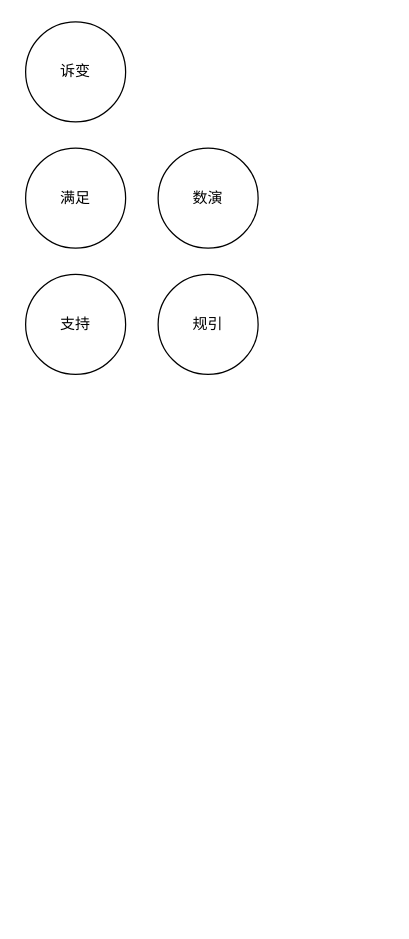
The draw.io diagram 1.drawio in ChrisChen999/diagrams, before the edit. Source tidied: cells renumbered, new cells numbered last; positions are measured from the earlier drawing's top-left corner, leaving out a move shared by most shapes. Both pictures are drawn from the tidied source at 125%, with x=0, y=0 at pixel (25, 21).
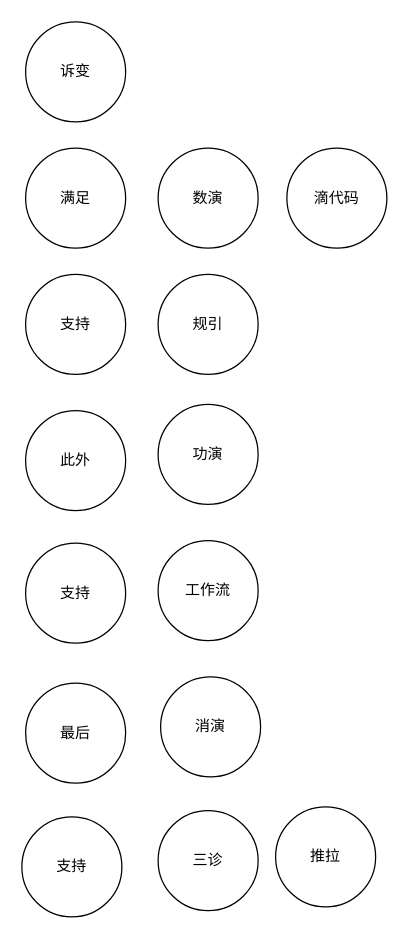
After the change.

Change to the diagram source:
```diff
@@
 <mxGraphModel>
   <root>
     <mxCell id="0" />
     <mxCell id="1" parent="0" />
     <mxCell id="2" value="诉变" style="ellipse;whiteSpace=wrap;html=1;" parent="1" vertex="1">
       <mxGeometry width="80" height="80" as="geometry" />
     </mxCell>
     <mxCell id="3" value="满足" style="ellipse;whiteSpace=wrap;html=1;" parent="1" vertex="1">
       <mxGeometry y="101" width="80" height="80" as="geometry" />
     </mxCell>
     <mxCell id="4" value="数演" style="ellipse;whiteSpace=wrap;html=1;" parent="1" vertex="1">
       <mxGeometry x="106" y="101" width="80" height="80" as="geometry" />
     </mxCell>
     <mxCell id="5" value="支持" style="ellipse;whiteSpace=wrap;html=1;" parent="1" vertex="1">
       <mxGeometry y="202" width="80" height="80" as="geometry" />
     </mxCell>
     <mxCell id="6" value="规引" style="ellipse;whiteSpace=wrap;html=1;" parent="1" vertex="1">
       <mxGeometry x="106" y="202" width="80" height="80" as="geometry" />
     </mxCell>
+    <mxCell id="7" value="滴代码" style="ellipse;whiteSpace=wrap;html=1;" parent="1" vertex="1">
+      <mxGeometry x="209" y="101" width="80" height="80" as="geometry" />
+    </mxCell>
+    <mxCell id="8" value="功演" style="ellipse;whiteSpace=wrap;html=1;" parent="1" vertex="1">
+      <mxGeometry x="106" y="306" width="80" height="80" as="geometry" />
+    </mxCell>
+    <mxCell id="9" value="此外" style="ellipse;whiteSpace=wrap;html=1;" parent="1" vertex="1">
+      <mxGeometry y="311" width="80" height="80" as="geometry" />
+    </mxCell>
+    <mxCell id="10" value="支持" style="ellipse;whiteSpace=wrap;html=1;" parent="1" vertex="1">
+      <mxGeometry y="417" width="80" height="80" as="geometry" />
+    </mxCell>
+    <mxCell id="11" value="工作流" style="ellipse;whiteSpace=wrap;html=1;" parent="1" vertex="1">
+      <mxGeometry x="106" y="415" width="80" height="80" as="geometry" />
+    </mxCell>
+    <mxCell id="12" value="消演" style="ellipse;whiteSpace=wrap;html=1;" parent="1" vertex="1">
+      <mxGeometry x="108" y="524" width="80" height="80" as="geometry" />
+    </mxCell>
+    <mxCell id="13" value="最后" style="ellipse;whiteSpace=wrap;html=1;" parent="1" vertex="1">
+      <mxGeometry y="529" width="80" height="80" as="geometry" />
+    </mxCell>
+    <mxCell id="14" value="支持" style="ellipse;whiteSpace=wrap;html=1;" parent="1" vertex="1">
+      <mxGeometry x="-3" y="636" width="80" height="80" as="geometry" />
+    </mxCell>
+    <mxCell id="15" value="三诊" style="ellipse;whiteSpace=wrap;html=1;" parent="1" vertex="1">
+      <mxGeometry x="106" y="631" width="80" height="80" as="geometry" />
+    </mxCell>
+    <mxCell id="16" value="推拉" style="ellipse;whiteSpace=wrap;html=1;" parent="1" vertex="1">
+      <mxGeometry x="200" y="628" width="80" height="80" as="geometry" />
+    </mxCell>
   </root>
 </mxGraphModel>
```
